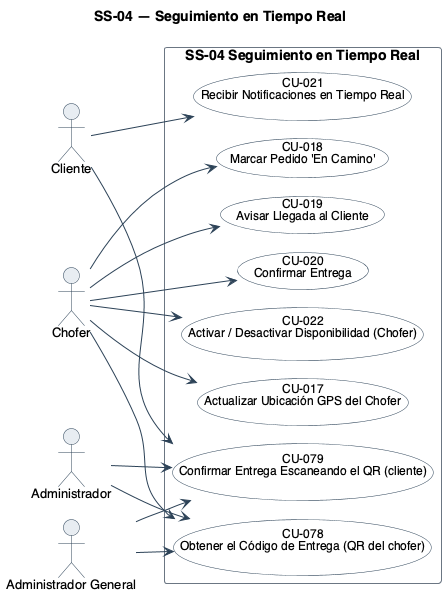
The PlantUML diagram diagramas/uml/CU_SS-04_Seguimiento-En-Tiempo-Real.png in Nahuelito-Dev/splg-docs, before a commit.
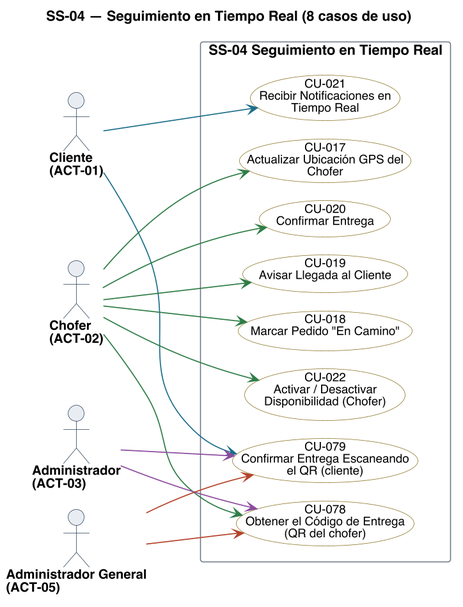
The same diagram one commit later.

What changed in the source:
```diff
@@ -1,22 +1,23 @@
 @startuml
-!pragma layout smetana
-title SS-04 — Seguimiento en Tiempo Real
+title SS-04 — Seguimiento en Tiempo Real (8 casos de uso)
 left to right direction
 skinparam backgroundColor #FFFFFF
 skinparam shadowing false
 skinparam defaultFontName Helvetica
 skinparam defaultFontSize 13
+skinparam dpi 150
 skinparam ArrowColor #2C4257
+skinparam ArrowThickness 1.1
 skinparam actor {
   BorderColor #2C4257
   BackgroundColor #E8EDF2
+  FontSize 13
+  FontStyle bold
 }
 skinparam usecase {
   BorderColor #2C4257
   BackgroundColor #FFFFFF
   FontSize 12
-  BorderColor<<pendiente>> #9C4436
-  BackgroundColor<<pendiente>> #F6E4E1
 }
 skinparam rectangle {
   BorderColor #6B7683
@@ -24,32 +25,40 @@
   FontStyle bold
 }
 
-actor "Cliente" as A1
-actor "Chofer" as A2
-actor "Administrador" as A3
-actor "Administrador General" as A5
+skinparam nodesep 18
+skinparam ranksep 70
+skinparam usecase {
+  BorderColor<<pendiente>> #9C4436
+  BackgroundColor<<pendiente>> #F6E4E1
+}
+
+actor "Cliente\n(ACT-01)" as A01
+actor "Chofer\n(ACT-02)" as A02
+actor "Administrador\n(ACT-03)" as A03
+actor "Administrador General\n(ACT-05)" as A05
 
 rectangle "SS-04 Seguimiento en Tiempo Real" {
-  usecase "CU-017\nActualizar Ubicación GPS del Chofer" as U17
-  usecase "CU-018\nMarcar Pedido 'En Camino'" as U18
-  usecase "CU-019\nAvisar Llegada al Cliente" as U19
-  usecase "CU-020\nConfirmar Entrega" as U20
-  usecase "CU-021\nRecibir Notificaciones en Tiempo Real" as U21
-  usecase "CU-022\nActivar / Desactivar Disponibilidad (Chofer)" as U22
-  usecase "CU-078\nObtener el Código de Entrega (QR del chofer)" as U78
-  usecase "CU-079\nConfirmar Entrega Escaneando el QR (cliente)" as U79
+  usecase "CU-017\nActualizar Ubicación GPS del\nChofer" as U017 #back:FFFFFF;line:8A7326
+  usecase "CU-018\nMarcar Pedido "En Camino"" as U018 #back:FFFFFF;line:8A7326
+  usecase "CU-019\nAvisar Llegada al Cliente" as U019 #back:FFFFFF;line:8A7326
+  usecase "CU-020\nConfirmar Entrega" as U020 #back:FFFFFF;line:8A7326
+  usecase "CU-021\nRecibir Notificaciones en\nTiempo Real" as U021 #back:FFFFFF;line:8A7326
+  usecase "CU-022\nActivar / Desactivar\nDisponibilidad (Chofer)" as U022 #back:FFFFFF;line:8A7326
+  usecase "CU-078\nObtener el Código de Entrega\n(QR del chofer)" as U078 #back:FFFFFF;line:8A7326
+  usecase "CU-079\nConfirmar Entrega Escaneando\nel QR (cliente)" as U079 #back:FFFFFF;line:8A7326
 }
 
-A2 --> U17
-A2 --> U18
-A2 --> U19
-A2 --> U20
-A1 --> U21
-A2 --> U22
-A2 --> U78
-A3 --> U78
-A5 --> U78
-A1 --> U79
-A3 --> U79
-A5 --> U79
+A01 -[#1F6F8B]-> U021
+A01 -[#1F6F8B]-> U079
+A02 -[#2E7D46]-> U017
+A02 -[#2E7D46]-> U018
+A02 -[#2E7D46]-> U019
+A02 -[#2E7D46]-> U020
+A02 -[#2E7D46]-> U022
+A02 -[#2E7D46]-> U078
+A03 -[#8C4A9E]-> U078
+A03 -[#8C4A9E]-> U079
+A05 -[#B4432B]-> U078
+A05 -[#B4432B]-> U079
+
 @enduml
```
